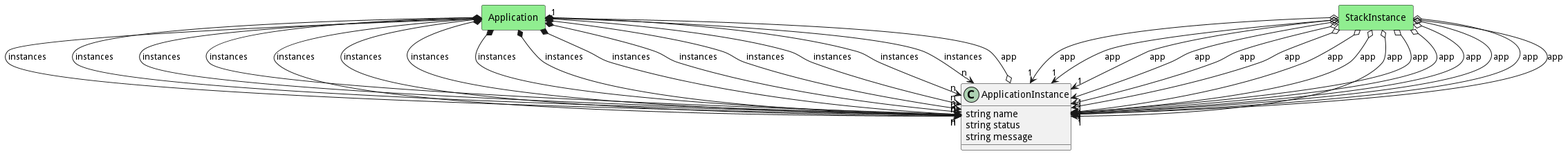
Earlier version of the PlantUML export docs/sabr/aml/am/models/applicationinstance/logical.png (madajaju/sabr). Its diagram source:
```plantuml
@startuml

class "ApplicationInstance" as Model {
 string name
 string status
 string message


}

rectangle "Application" as Application #lightblue {
}

Model o--> "1" Application : app




    rectangle "Application" as Application #lightgreen {
    }

        Application   *--> "n" Model : "instances"

    rectangle "StackInstance" as StackInstance #lightgreen {
    }

        StackInstance   o--> "1" Model : "app"

    rectangle "Application" as Application #lightgreen {
    }

        Application   *--> "n" Model : "instances"

    rectangle "StackInstance" as StackInstance #lightgreen {
    }

        StackInstance   o--> "1" Model : "app"

    rectangle "Application" as Application #lightgreen {
    }

        Application   *--> "n" Model : "instances"

    rectangle "StackInstance" as StackInstance #lightgreen {
    }

        StackInstance   o--> "1" Model : "app"

    rectangle "Application" as Application #lightgreen {
    }

        Application   *--> "n" Model : "instances"

    rectangle "StackInstance" as StackInstance #lightgreen {
    }

        StackInstance   o--> "1" Model : "app"

    rectangle "Application" as Application #lightgreen {
    }

        Application   *--> "n" Model : "instances"

    rectangle "StackInstance" as StackInstance #lightgreen {
    }

        StackInstance   o--> "1" Model : "app"

    rectangle "Application" as Application #lightgreen {
    }

        Application   *--> "n" Model : "instances"

    rectangle "StackInstance" as StackInstance #lightgreen {
    }

        StackInstance   o--> "1" Model : "app"

    rectangle "Application" as Application #lightgreen {
    }

        Application   *--> "n" Model : "instances"

    rectangle "StackInstance" as StackInstance #lightgreen {
    }

        StackInstance   o--> "1" Model : "app"

    rectangle "Application" as Application #lightgreen {
    }

        Application   *--> "n" Model : "instances"

    rectangle "StackInstance" as StackInstance #lightgreen {
    }

        StackInstance   o--> "1" Model : "app"

    rectangle "Application" as Application #lightgreen {
    }

        Application   *--> "n" Model : "instances"

    rectangle "StackInstance" as StackInstance #lightgreen {
    }

        StackInstance   o--> "1" Model : "app"

    rectangle "Application" as Application #lightgreen {
    }

        Application   *--> "n" Model : "instances"

    rectangle "StackInstance" as StackInstance #lightgreen {
    }

        StackInstance   o--> "1" Model : "app"

    rectangle "Application" as Application #lightgreen {
    }

        Application   *--> "n" Model : "instances"

    rectangle "StackInstance" as StackInstance #lightgreen {
    }

        StackInstance   o--> "1" Model : "app"

    rectangle "Application" as Application #lightgreen {
    }

        Application   *--> "n" Model : "instances"

    rectangle "StackInstance" as StackInstance #lightgreen {
    }

        StackInstance   o--> "1" Model : "app"

    rectangle "Application" as Application #lightgreen {
    }

        Application   *--> "n" Model : "instances"

    rectangle "StackInstance" as StackInstance #lightgreen {
    }

        StackInstance   o--> "1" Model : "app"

    rectangle "Application" as Application #lightgreen {
    }

        Application   *--> "n" Model : "instances"

    rectangle "StackInstance" as StackInstance #lightgreen {
    }

        StackInstance   o--> "1" Model : "app"

    rectangle "Application" as Application #lightgreen {
    }

        Application   *--> "n" Model : "instances"

    rectangle "StackInstance" as StackInstance #lightgreen {
    }

        StackInstance   o--> "1" Model : "app"


@enduml
```
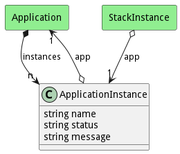
Above is the later version.

The edit, as a diff of the source:
```diff
@@ -26,145 +26,5 @@
 
         StackInstance   o--> "1" Model : "app"
 
-    rectangle "Application" as Application #lightgreen {
-    }
-
-        Application   *--> "n" Model : "instances"
-
-    rectangle "StackInstance" as StackInstance #lightgreen {
-    }
-
-        StackInstance   o--> "1" Model : "app"
-
-    rectangle "Application" as Application #lightgreen {
-    }
-
-        Application   *--> "n" Model : "instances"
-
-    rectangle "StackInstance" as StackInstance #lightgreen {
-    }
-
-        StackInstance   o--> "1" Model : "app"
-
-    rectangle "Application" as Application #lightgreen {
-    }
-
-        Application   *--> "n" Model : "instances"
-
-    rectangle "StackInstance" as StackInstance #lightgreen {
-    }
-
-        StackInstance   o--> "1" Model : "app"
-
-    rectangle "Application" as Application #lightgreen {
-    }
-
-        Application   *--> "n" Model : "instances"
-
-    rectangle "StackInstance" as StackInstance #lightgreen {
-    }
-
-        StackInstance   o--> "1" Model : "app"
-
-    rectangle "Application" as Application #lightgreen {
-    }
-
-        Application   *--> "n" Model : "instances"
-
-    rectangle "StackInstance" as StackInstance #lightgreen {
-    }
-
-        StackInstance   o--> "1" Model : "app"
-
-    rectangle "Application" as Application #lightgreen {
-    }
-
-        Application   *--> "n" Model : "instances"
-
-    rectangle "StackInstance" as StackInstance #lightgreen {
-    }
-
-        StackInstance   o--> "1" Model : "app"
-
-    rectangle "Application" as Application #lightgreen {
-    }
-
-        Application   *--> "n" Model : "instances"
-
-    rectangle "StackInstance" as StackInstance #lightgreen {
-    }
-
-        StackInstance   o--> "1" Model : "app"
-
-    rectangle "Application" as Application #lightgreen {
-    }
-
-        Application   *--> "n" Model : "instances"
-
-    rectangle "StackInstance" as StackInstance #lightgreen {
-    }
-
-        StackInstance   o--> "1" Model : "app"
-
-    rectangle "Application" as Application #lightgreen {
-    }
-
-        Application   *--> "n" Model : "instances"
-
-    rectangle "StackInstance" as StackInstance #lightgreen {
-    }
-
-        StackInstance   o--> "1" Model : "app"
-
-    rectangle "Application" as Application #lightgreen {
-    }
-
-        Application   *--> "n" Model : "instances"
-
-    rectangle "StackInstance" as StackInstance #lightgreen {
-    }
-
-        StackInstance   o--> "1" Model : "app"
-
-    rectangle "Application" as Application #lightgreen {
-    }
-
-        Application   *--> "n" Model : "instances"
-
-    rectangle "StackInstance" as StackInstance #lightgreen {
-    }
-
-        StackInstance   o--> "1" Model : "app"
-
-    rectangle "Application" as Application #lightgreen {
-    }
-
-        Application   *--> "n" Model : "instances"
-
-    rectangle "StackInstance" as StackInstance #lightgreen {
-    }
-
-        StackInstance   o--> "1" Model : "app"
-
-    rectangle "Application" as Application #lightgreen {
-    }
-
-        Application   *--> "n" Model : "instances"
-
-    rectangle "StackInstance" as StackInstance #lightgreen {
-    }
-
-        StackInstance   o--> "1" Model : "app"
-
-    rectangle "Application" as Application #lightgreen {
-    }
-
-        Application   *--> "n" Model : "instances"
-
-    rectangle "StackInstance" as StackInstance #lightgreen {
-    }
-
-        StackInstance   o--> "1" Model : "app"
-
 
 @enduml
```
